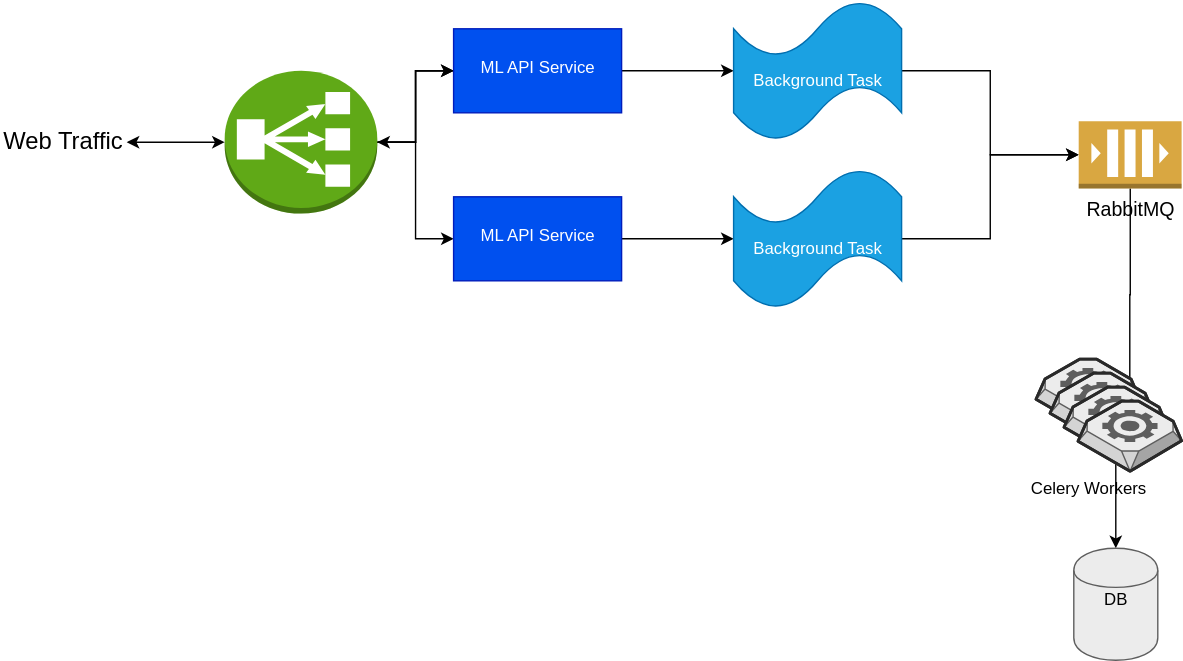
Above: docs/architecture.drawio.svg in jmeisele/ml-ops (draw.io), before the change. Source tidied: cells renumbered, new cells last; positions are measured from the earlier drawing's top-left corner, leaving out a move shared by most shapes.
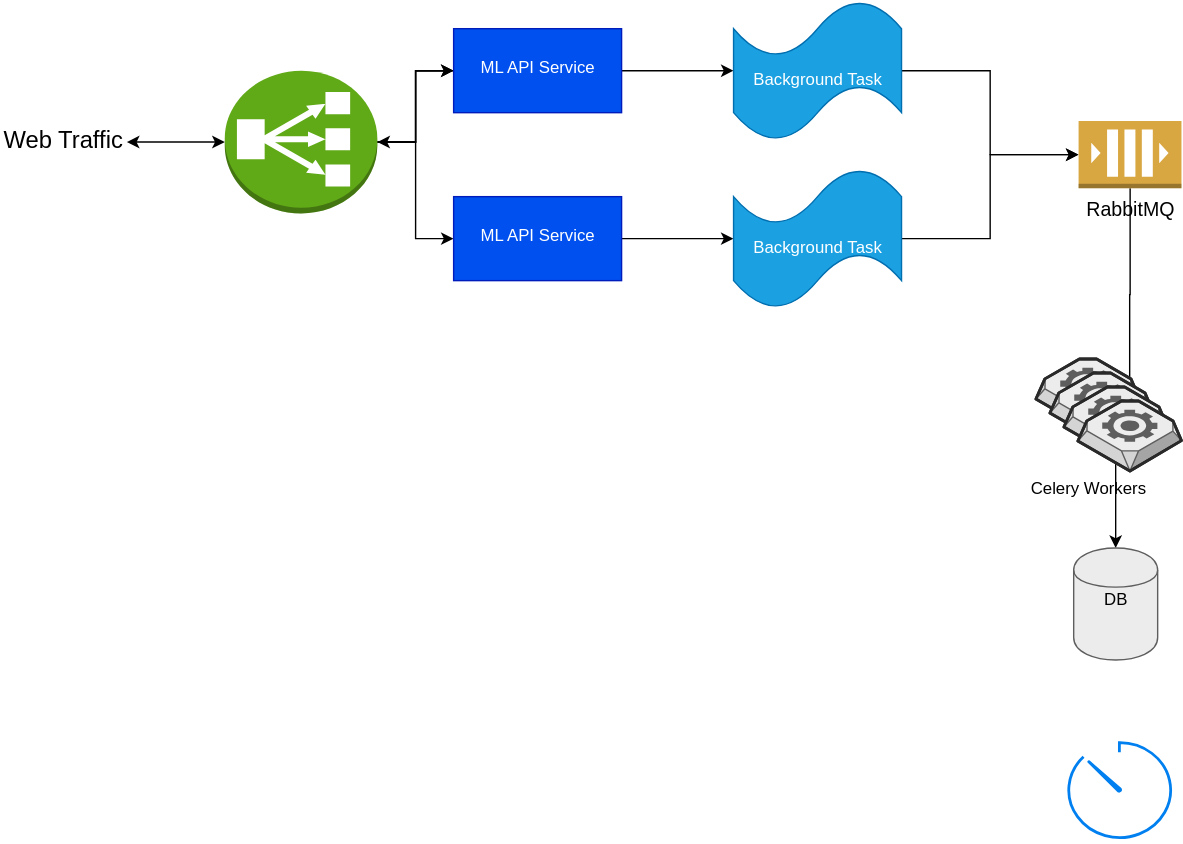
After the commit.

What changed in the source:
```diff
@@ -73,5 +73,8 @@
     <mxCell id="24" value="Web Traffic" style="text;html=1;strokeColor=none;fillColor=none;align=center;verticalAlign=middle;whiteSpace=wrap;rounded=0;fontSize=17;" parent="1" vertex="1">
       <mxGeometry y="91" width="90" height="20" as="geometry" />
     </mxCell>
+    <mxCell id="25" style="html=1;verticalLabelPosition=bottom;align=center;labelBackgroundColor=#ffffff;verticalAlign=top;strokeWidth=2;strokeColor=#0080F0;shadow=0;dashed=0;shape=mxgraph.ios7.icons.gauge;fontSize=17;" parent="1" vertex="1">
+      <mxGeometry x="759.5" y="530" width="79" height="71.5" as="geometry" />
+    </mxCell>
   </root>
 </mxGraphModel>
```
